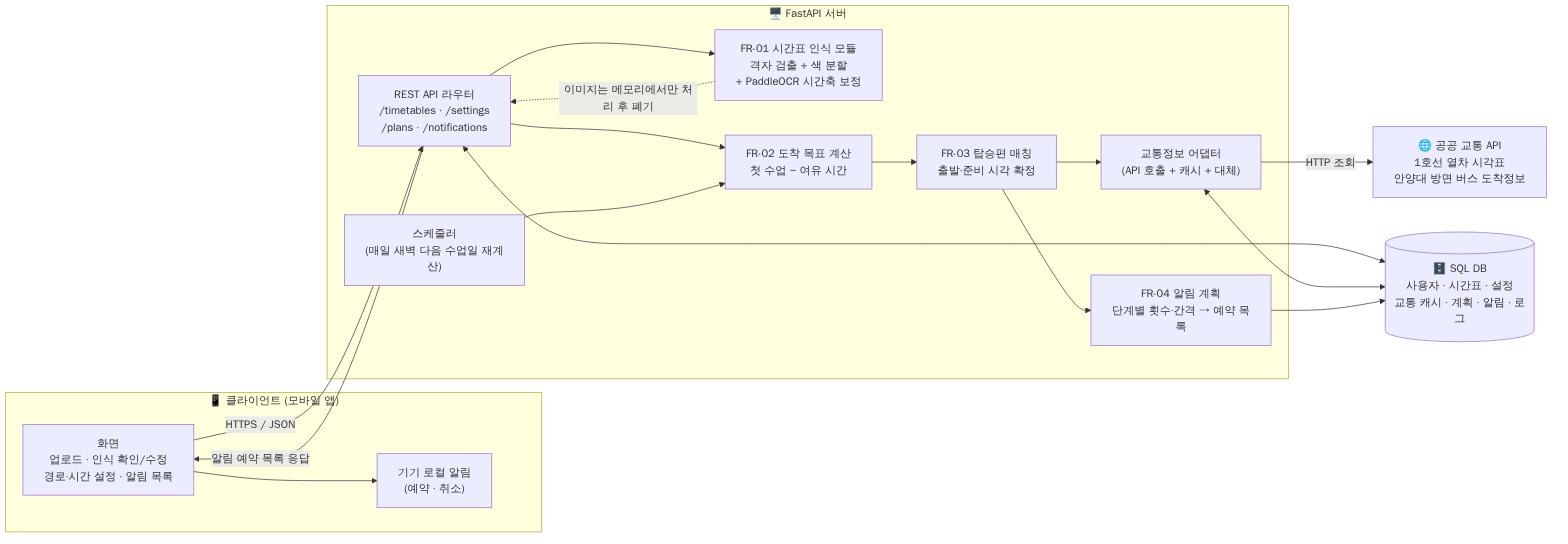
Before: docs/design/diagrams/1_system_architecture.png, a diagram exported from Mermaid (yewon51019/timetable_textps). Its source is kept beside it as docs/design/diagrams/1_system_architecture.mmd.
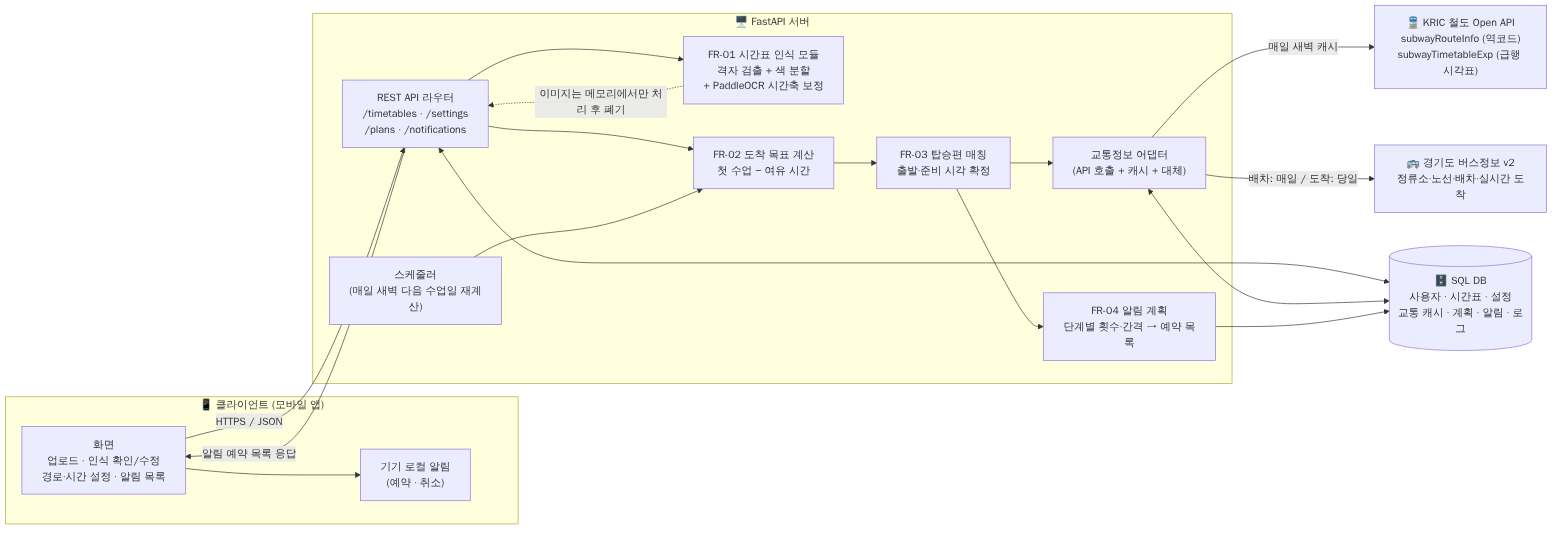
After the commit.

Diff of the diagram source:
```diff
@@ -15,14 +15,16 @@
   end
 
   DB[("🗄️ SQL DB<br/>사용자 · 시간표 · 설정<br/>교통 캐시 · 계획 · 알림 · 로그")]
-  EXT["🌐 공공 교통 API<br/>1호선 열차 시각표<br/>안양대 방면 버스 도착정보"]
+  KRIC["🚆 KRIC 철도 Open API<br/>subwayRouteInfo (역코드)<br/>subwayTimetableExp (급행 시각표)"]
+  GG["🚌 경기도 버스정보 v2<br/>정류소·노선·배차·실시간 도착"]
 
   UI -- "HTTPS / JSON" --> API
   API --> OCR
   API --> CALC
   CALC --> MATCH
   MATCH --> ADP
-  ADP -- "HTTP 조회" --> EXT
+  ADP -- "매일 새벽 캐시" --> KRIC
+  ADP -- "배차: 매일 / 도착: 당일" --> GG
   MATCH --> NOTI
   SCHED --> CALC
   OCR -. "이미지는 메모리에서만 처리 후 폐기" .-> API
```
